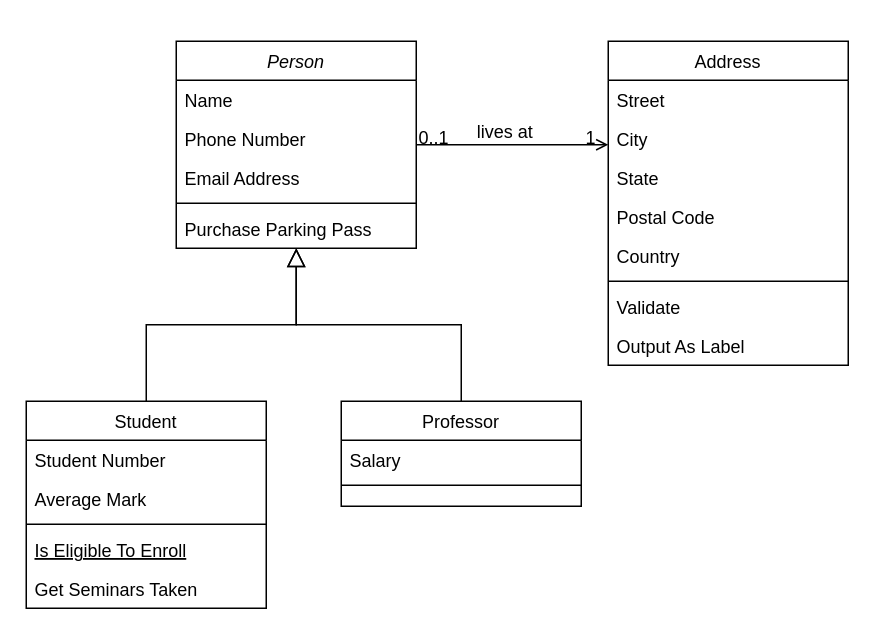
rafid4507/automated_chatbot keeps this draw.io diagram as env/Untitled Diagram.drawio. Above is the earlier version. Source tidied: cells renumbered, new cells numbered last; positions are measured from the earlier drawing's top-left corner, leaving out a move shared by most shapes. Both pictures are drawn from the tidied source at 150%, with x=0, y=0 at pixel (26, 40).
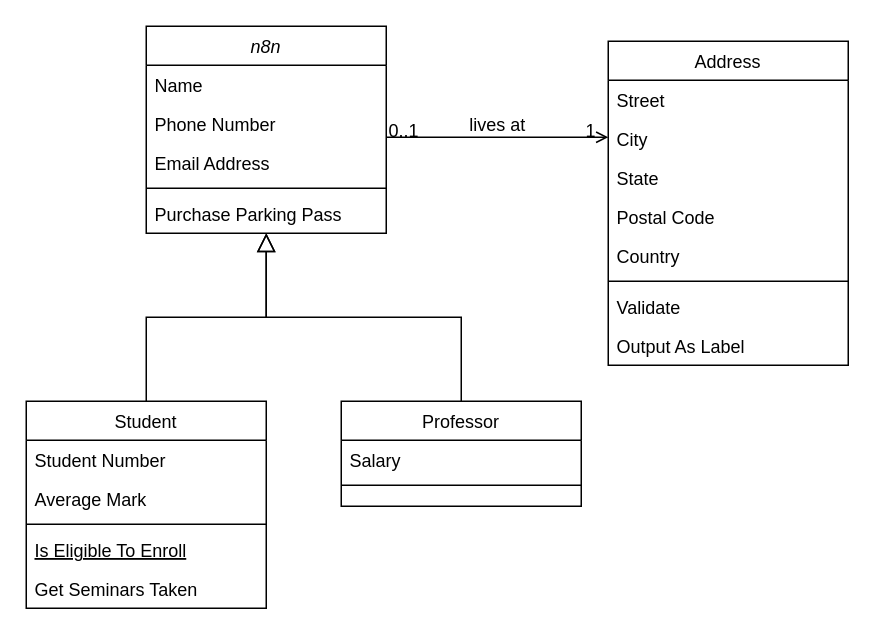
The same diagram, later.

Diff of the diagram source:
```diff
@@
-    <mxCell id="2" value="Person" style="swimlane;fontStyle=2;align=center;verticalAlign=top;horizontal=1;startSize=26;rounded=0;shadow=0;strokeWidth=1;" parent="1" vertex="1">
-      <mxGeometry x="100" width="160" height="138" as="geometry" />
+    <mxCell id="2" value="n8n" style="swimlane;fontStyle=2;align=center;verticalAlign=top;horizontal=1;startSize=26;rounded=0;shadow=0;strokeWidth=1;" parent="1" vertex="1">
+      <mxGeometry x="80" y="-10" width="160" height="138" as="geometry" />
     </mxCell>
```
